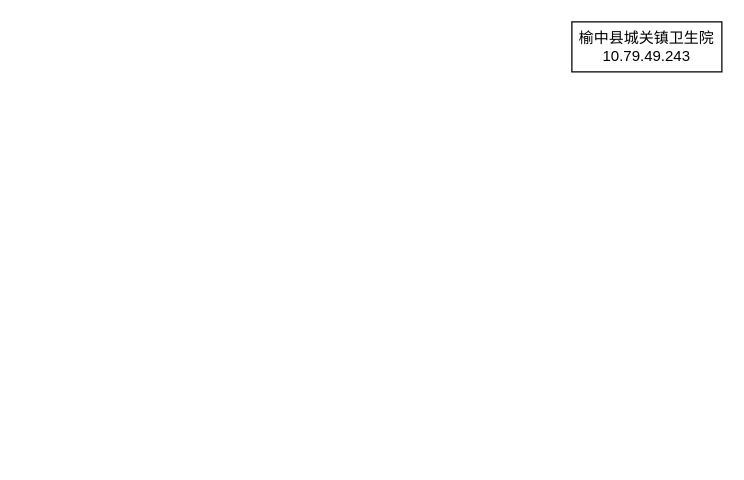
The draw.io diagram 卫生院环境.drawio in dragon8512/config, before the edit. Source tidied: cells renumbered, new cells numbered last; positions are measured from the earlier drawing's top-left corner, leaving out a move shared by most shapes. Both pictures are drawn from the tidied source at 125%, with x=0, y=0 at pixel (571, 21).
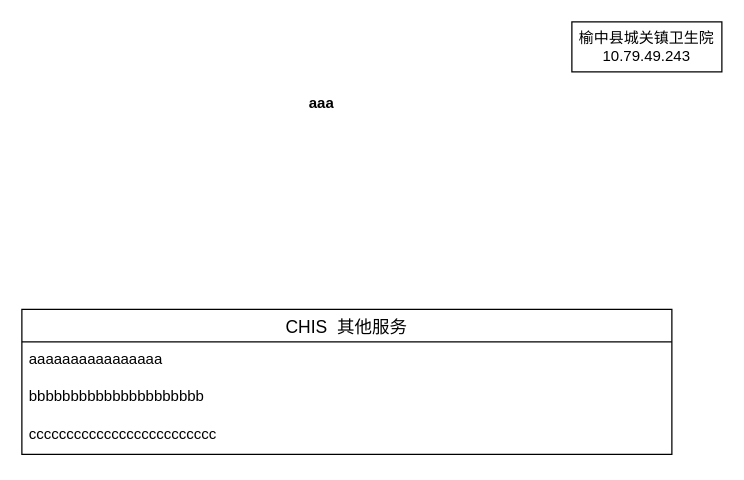
Above is the later version.

Commit message (it also covers changes not shown here):
更新卫生院环境.drawio

The edit, as a diff of the source:
```diff
@@
 <mxGraphModel>
   <root>
     <mxCell id="0" />
     <mxCell id="1" parent="0" />
     <mxCell id="2" value="榆中县城关镇卫生院&lt;span style=&quot;background-color: initial;&quot;&gt;10.79.49.243&lt;/span&gt;" style="rounded=0;whiteSpace=wrap;html=1;" parent="1" vertex="1">
       <mxGeometry width="120" height="40" as="geometry" />
     </mxCell>
+    <mxCell id="3" value="CHIS  其他服务" style="swimlane;fontStyle=0;horizontal=1;startSize=26;align=center;fontSize=14;" parent="1" vertex="1">
+      <mxGeometry x="-440" y="230" width="520" height="116" as="geometry" />
+    </mxCell>
+    <mxCell id="4" value="aaaaaaaaaaaaaaaa" style="text;strokeColor=none;fillColor=none;spacingLeft=4;spacingRight=4;overflow=hidden;fontSize=12;whiteSpace=wrap;html=1;" parent="3" vertex="1">
+      <mxGeometry y="26" width="520" height="30" as="geometry" />
+    </mxCell>
+    <mxCell id="5" value="bbbbbbbbbbbbbbbbbbbbb" style="text;strokeColor=none;fillColor=none;spacingLeft=4;spacingRight=4;overflow=hidden;fontSize=12;whiteSpace=wrap;html=1;" parent="3" vertex="1">
+      <mxGeometry y="56" width="520" height="30" as="geometry" />
+    </mxCell>
+    <mxCell id="6" value="ccccccccccccccccccccccccc" style="text;strokeColor=none;fillColor=none;spacingLeft=4;spacingRight=4;overflow=hidden;fontSize=12;whiteSpace=wrap;html=1;" parent="3" vertex="1">
+      <mxGeometry y="86" width="520" height="30" as="geometry" />
+    </mxCell>
+    <mxCell id="7" value="aaa" style="shape=partialRectangle;fillColor=none;top=0;left=0;bottom=0;right=0;fontStyle=1;overflow=hidden;whiteSpace=wrap;html=1;" parent="1" vertex="1">
+      <mxGeometry x="-215" y="50" width="30" height="30" as="geometry" />
+    </mxCell>
   </root>
 </mxGraphModel>
```
